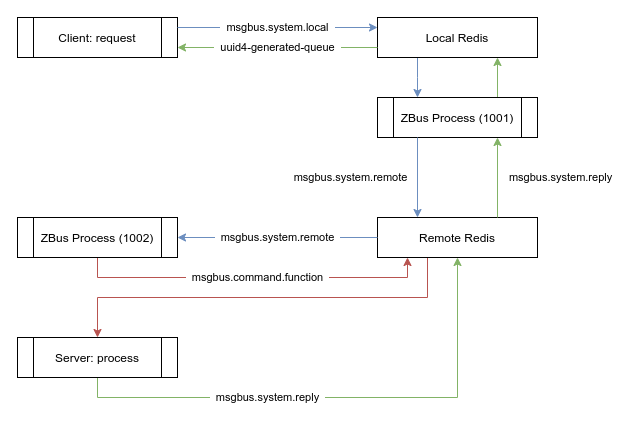
The draw.io diagram zbus.png in threefoldtech/rmb, before a commit. Source tidied: cells renumbered, new cells last; positions are measured from the earlier drawing's top-left corner, leaving out a move shared by most shapes.
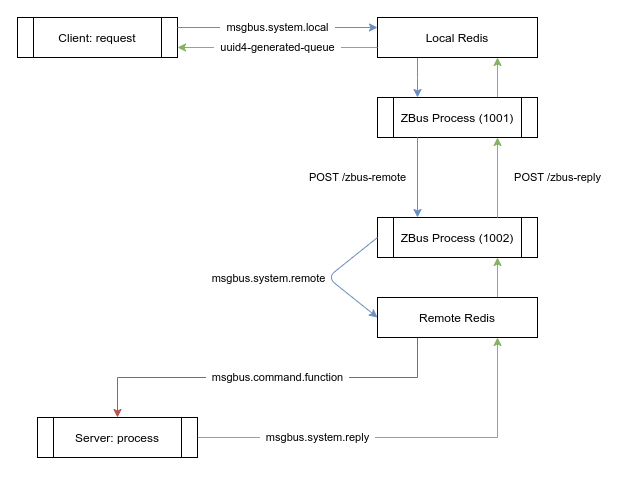
Above is the later version.

Commit message:
schema: update zbus schema with latest changes

Change to the diagram source:
```diff
@@ -31,76 +31,71 @@
     <mxCell id="8" value="ZBus Process (1001)" style="shape=process;whiteSpace=wrap;html=1;backgroundOutline=1;" parent="1" vertex="1">
       <mxGeometry x="360" y="80" width="160" height="40" as="geometry" />
     </mxCell>
-    <mxCell id="9" style="edgeStyle=orthogonalEdgeStyle;rounded=0;jettySize=auto;html=1;exitX=0.25;exitY=1;exitDx=0;exitDy=0;fillColor=#f8cecc;strokeColor=#b85450;" parent="1" edge="1" source="10">
+    <mxCell id="9" style="edgeStyle=orthogonalEdgeStyle;rounded=0;orthogonalLoop=1;jettySize=auto;html=1;exitX=0.25;exitY=1;exitDx=0;exitDy=0;fillColor=#f8cecc;strokeColor=#b85450;" parent="1" edge="1">
       <mxGeometry relative="1" as="geometry">
-        <mxPoint x="80" y="320" as="targetPoint" />
+        <mxPoint x="420" y="320" as="sourcePoint" />
+        <mxPoint x="100" y="400" as="targetPoint" />
         <Array as="points">
-          <mxPoint x="410" y="240" />
-          <mxPoint x="410" y="280" />
-          <mxPoint x="80" y="280" />
+          <mxPoint x="400" y="320" />
+          <mxPoint x="400" y="360" />
+          <mxPoint x="100" y="360" />
         </Array>
       </mxGeometry>
     </mxCell>
+    <mxCell id="25" style="edgeStyle=orthogonalEdgeStyle;rounded=0;jettySize=auto;html=1;exitX=0.75;exitY=0;exitDx=0;exitDy=0;entryX=0.75;entryY=1;entryDx=0;entryDy=0;fillColor=#d5e8d4;strokeColor=#82b366;" parent="1" edge="1" source="10" target="14">
+      <mxGeometry relative="1" as="geometry" />
+    </mxCell>
     <mxCell id="10" value="Remote Redis" style="rounded=0;whiteSpace=wrap;html=1;" parent="1" vertex="1">
-      <mxGeometry x="360" y="200" width="160" height="40" as="geometry" />
+      <mxGeometry x="360" y="280" width="160" height="40" as="geometry" />
     </mxCell>
-    <mxCell id="11" style="endArrow=classic;html=1;exitX=0.25;exitY=1;exitDx=0;exitDy=0;entryX=0.25;entryY=0;entryDx=0;entryDy=0;fillColor=#dae8fc;strokeColor=#6c8ebf;" parent="1" edge="1" source="8" target="10">
-      <mxGeometry relative="1" as="geometry" />
-    </mxCell>
-    <mxCell id="12" value="&amp;nbsp; msgbus.system.remote" style="edgeLabel;html=1;align=center;verticalAlign=middle;" parent="11" vertex="1">
-      <mxGeometry relative="1" as="geometry">
-        <mxPoint x="-70" as="offset" />
-      </mxGeometry>
-    </mxCell>
-    <mxCell id="13" style="edgeStyle=orthogonalEdgeStyle;rounded=0;jettySize=auto;html=1;exitX=0.5;exitY=1;exitDx=0;exitDy=0;fillColor=#f8cecc;strokeColor=#b85450;" parent="1" edge="1" source="14">
-      <mxGeometry relative="1" as="geometry">
-        <mxPoint x="390" y="240" as="targetPoint" />
-        <Array as="points">
-          <mxPoint x="80" y="260" />
-          <mxPoint x="390" y="260" />
-          <mxPoint x="390" y="240" />
-        </Array>
-      </mxGeometry>
-    </mxCell>
     <mxCell id="14" value="ZBus Process (1002)" style="shape=process;whiteSpace=wrap;html=1;backgroundOutline=1;" parent="1" vertex="1">
-      <mxGeometry y="200" width="160" height="40" as="geometry" />
+      <mxGeometry x="360" y="200" width="160" height="40" as="geometry" />
     </mxCell>
-    <mxCell id="15" style="endArrow=classic;html=1;exitX=0;exitY=0.5;exitDx=0;exitDy=0;fillColor=#dae8fc;strokeColor=#6c8ebf;" parent="1" edge="1" source="10">
-      <mxGeometry relative="1" as="geometry">
-        <mxPoint x="160" y="220" as="targetPoint" />
-      </mxGeometry>
-    </mxCell>
-    <mxCell id="16" value="&amp;nbsp; msgbus.system.remote&amp;nbsp;&amp;nbsp;" style="edgeLabel;html=1;align=center;verticalAlign=middle;" parent="15" vertex="1">
-      <mxGeometry relative="1" as="geometry" />
-    </mxCell>
     <mxCell id="17" value="&amp;nbsp; msgbus.command.function&amp;nbsp;&amp;nbsp;" style="edgeLabel;html=1;align=center;verticalAlign=middle;" parent="1" vertex="1">
-      <mxGeometry x="240" y="260" as="geometry" />
+      <mxGeometry x="260" y="360" as="geometry" />
     </mxCell>
-    <mxCell id="18" style="edgeStyle=orthogonalEdgeStyle;rounded=0;jettySize=auto;html=1;exitX=0.5;exitY=1;exitDx=0;exitDy=0;entryX=0.5;entryY=1;entryDx=0;entryDy=0;fillColor=#d5e8d4;strokeColor=#82b366;" parent="1" edge="1" source="19" target="10">
+    <mxCell id="18" style="edgeStyle=orthogonalEdgeStyle;rounded=0;jettySize=auto;html=1;exitX=1;exitY=0.5;exitDx=0;exitDy=0;entryX=0.75;entryY=1;entryDx=0;entryDy=0;fillColor=#d5e8d4;strokeColor=#82b366;" parent="1" edge="1" source="19" target="10">
       <mxGeometry relative="1" as="geometry" />
     </mxCell>
     <mxCell id="19" value="Server: process" style="shape=process;whiteSpace=wrap;html=1;backgroundOutline=1;" parent="1" vertex="1">
-      <mxGeometry y="320" width="160" height="40" as="geometry" />
+      <mxGeometry x="20" y="400" width="160" height="40" as="geometry" />
     </mxCell>
     <mxCell id="20" value="&amp;nbsp; msgbus.system.reply&amp;nbsp;&amp;nbsp;" style="edgeLabel;html=1;align=center;verticalAlign=middle;" parent="1" vertex="1">
-      <mxGeometry x="250" y="380" as="geometry" />
+      <mxGeometry x="300" y="420" as="geometry" />
     </mxCell>
-    <mxCell id="21" style="endArrow=classic;html=1;exitX=0.75;exitY=0;exitDx=0;exitDy=0;entryX=0.75;entryY=1;entryDx=0;entryDy=0;fillColor=#d5e8d4;strokeColor=#82b366;" parent="1" edge="1">
-      <mxGeometry relative="1" as="geometry">
-        <mxPoint x="480" y="200" as="sourcePoint" />
-        <mxPoint x="480" y="120" as="targetPoint" />
-      </mxGeometry>
-    </mxCell>
-    <mxCell id="22" value="&amp;nbsp; msgbus.system.reply" style="edgeLabel;html=1;align=center;verticalAlign=middle;" parent="21" vertex="1">
-      <mxGeometry relative="1" as="geometry">
-        <mxPoint x="60" as="offset" />
-      </mxGeometry>
-    </mxCell>
     <mxCell id="23" style="endArrow=classic;html=1;exitX=0;exitY=0.75;exitDx=0;exitDy=0;entryX=1;entryY=0.75;entryDx=0;entryDy=0;fillColor=#d5e8d4;strokeColor=#82b366;" parent="1" edge="1" source="4" target="2">
       <mxGeometry relative="1" as="geometry" />
     </mxCell>
     <mxCell id="24" value="&amp;nbsp; uuid4-generated-queue&amp;nbsp;&amp;nbsp;" style="edgeLabel;html=1;align=center;verticalAlign=middle;" parent="23" vertex="1">
       <mxGeometry relative="1" as="geometry" />
     </mxCell>
+    <mxCell id="26" style="endArrow=classic;html=1;exitX=0.25;exitY=1;exitDx=0;exitDy=0;entryX=0.25;entryY=0;entryDx=0;entryDy=0;fillColor=#dae8fc;strokeColor=#6c8ebf;" parent="1" edge="1" source="8" target="14">
+      <mxGeometry relative="1" as="geometry" />
+    </mxCell>
+    <mxCell id="27" value="POST /zbus-remote" style="edgeLabel;html=1;align=center;verticalAlign=middle;" parent="26" vertex="1">
+      <mxGeometry relative="1" as="geometry">
+        <mxPoint x="-60" as="offset" />
+      </mxGeometry>
+    </mxCell>
+    <mxCell id="28" style="endArrow=classic;html=1;exitX=0.75;exitY=0;exitDx=0;exitDy=0;entryX=0.75;entryY=1;entryDx=0;entryDy=0;fillColor=#d5e8d4;strokeColor=#82b366;" parent="1" edge="1" source="14" target="8">
+      <mxGeometry relative="1" as="geometry" />
+    </mxCell>
+    <mxCell id="29" value="POST /zbus-reply" style="edgeLabel;html=1;align=center;verticalAlign=middle;" parent="28" vertex="1">
+      <mxGeometry relative="1" as="geometry">
+        <mxPoint x="60" as="offset" />
+      </mxGeometry>
+    </mxCell>
+    <mxCell id="30" style="endArrow=classic;html=1;exitX=0;exitY=0.5;exitDx=0;exitDy=0;entryX=0;entryY=0.5;entryDx=0;entryDy=0;fillColor=#dae8fc;strokeColor=#6c8ebf;" parent="1" edge="1" source="14" target="10">
+      <mxGeometry relative="1" as="geometry">
+        <Array as="points">
+          <mxPoint x="310" y="260" />
+        </Array>
+      </mxGeometry>
+    </mxCell>
+    <mxCell id="31" value="msgbus.system.remote" style="edgeLabel;html=1;align=center;verticalAlign=middle;" parent="30" vertex="1">
+      <mxGeometry relative="1" as="geometry">
+        <mxPoint x="-60" as="offset" />
+      </mxGeometry>
+    </mxCell>
   </root>
 </mxGraphModel>
```
